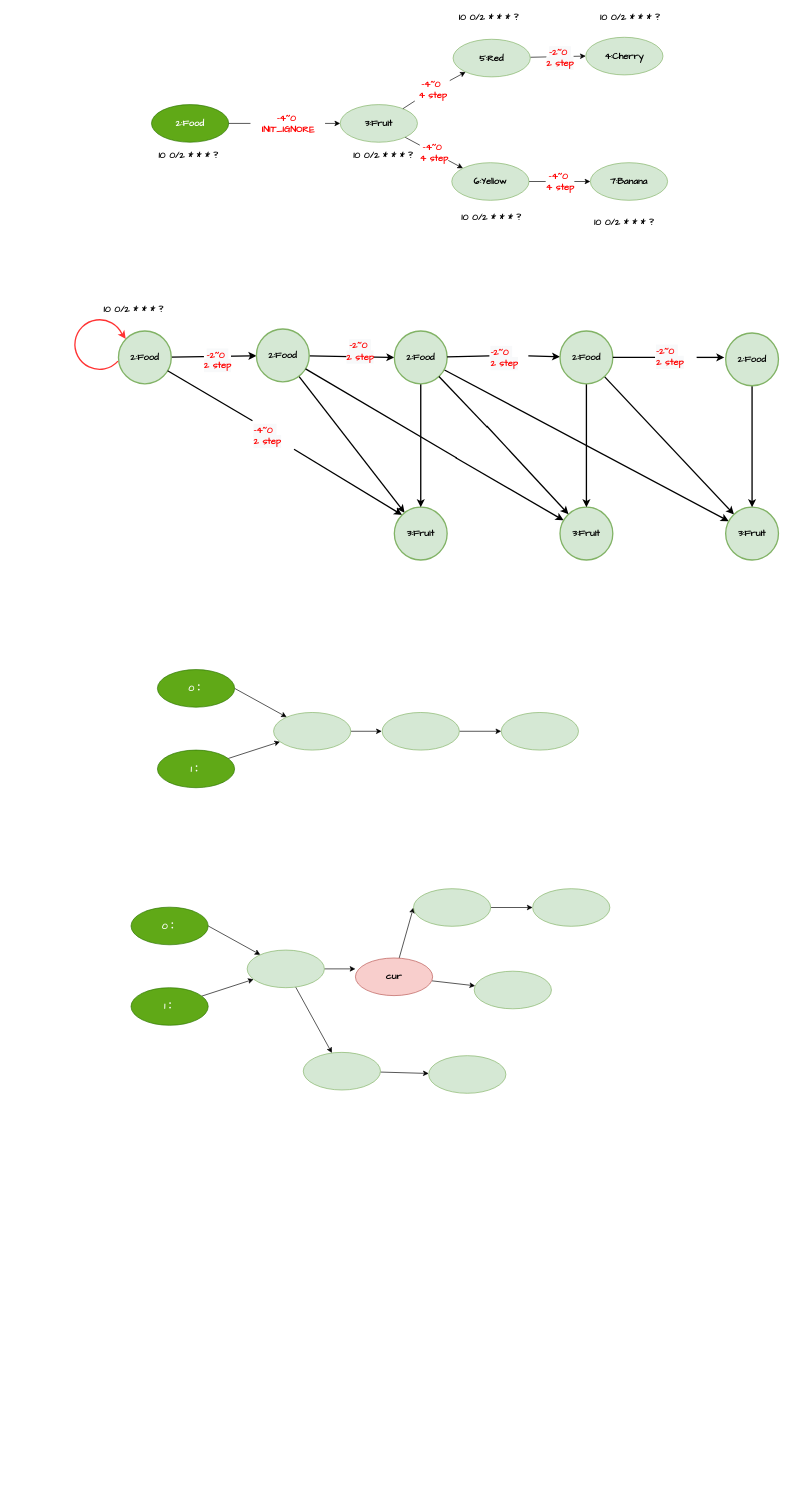
This is src/main/leetcode_manuscripts/draw_io/project_1.drawio from wat1r/geek-algorithm-leetcode, a draw.io file, before an edit. Source tidied: cells renumbered, new cells numbered last; positions are measured from the earlier drawing's top-left corner, leaving out a move shared by most shapes. Both pictures are drawn from the tidied source at 66%, with x=0, y=0 at pixel (75, 11).
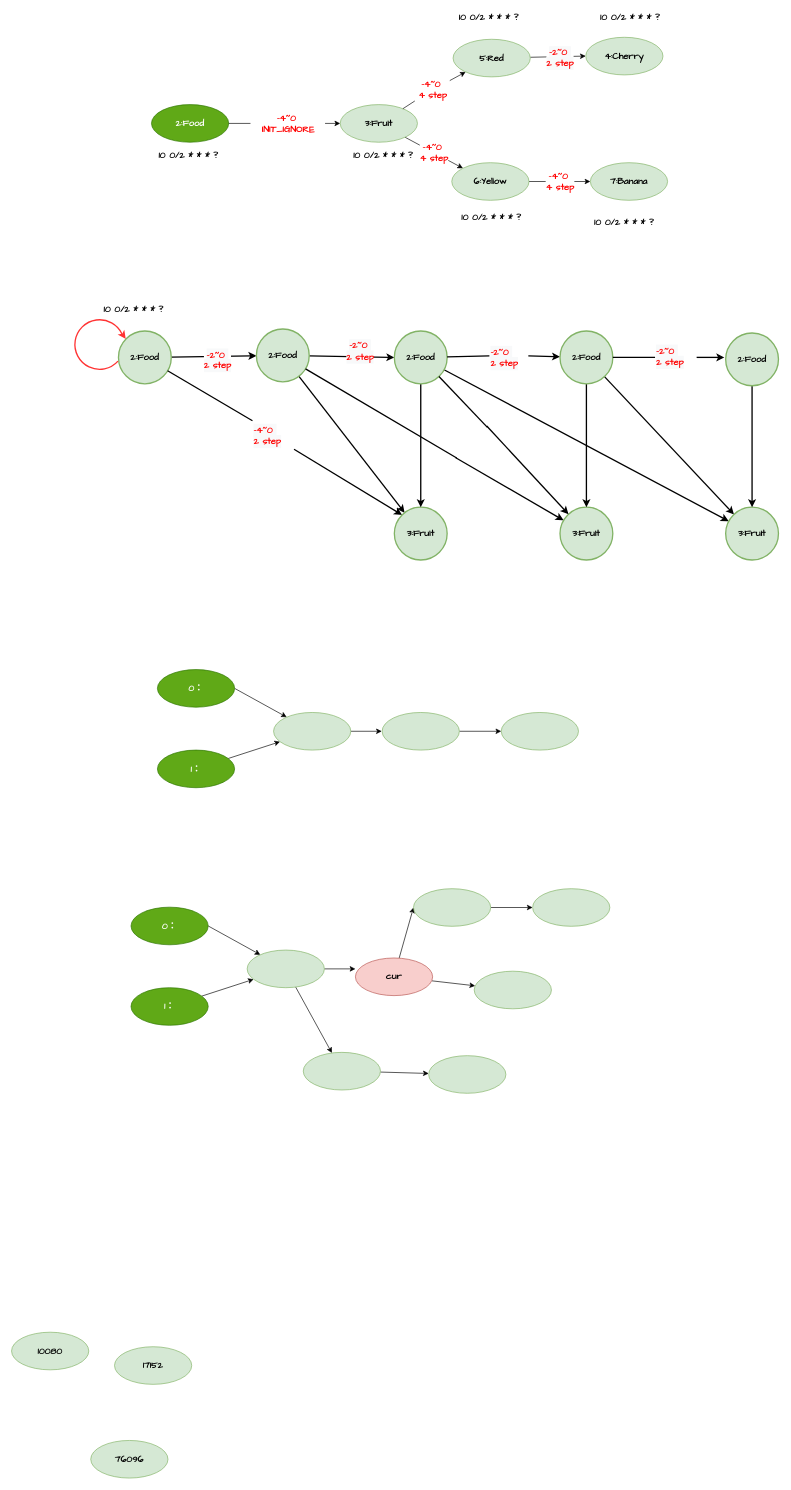
The same page after the edit.

Change to the diagram source:
```diff
@@
+    <mxCell id="82" value="10080" style="ellipse;whiteSpace=wrap;html=1;fillColor=#d5e8d4;strokeColor=#82b366;fontStyle=1;fontFamily=Comic Sans MS;fontSize=14;" parent="1" vertex="1">
+      <mxGeometry x="-96" y="2001" width="117" height="57" as="geometry" />
+    </mxCell>
+    <mxCell id="83" value="17152" style="ellipse;whiteSpace=wrap;html=1;fillColor=#d5e8d4;strokeColor=#82b366;fontStyle=1;fontFamily=Comic Sans MS;fontSize=14;" parent="1" vertex="1">
+      <mxGeometry x="60" y="2023" width="117" height="57" as="geometry" />
+    </mxCell>
+    <mxCell id="84" value="76096" style="ellipse;whiteSpace=wrap;html=1;fillColor=#d5e8d4;strokeColor=#82b366;fontStyle=1;fontFamily=Comic Sans MS;fontSize=14;" parent="1" vertex="1">
+      <mxGeometry x="24" y="2165" width="117" height="57" as="geometry" />
+    </mxCell>
```
